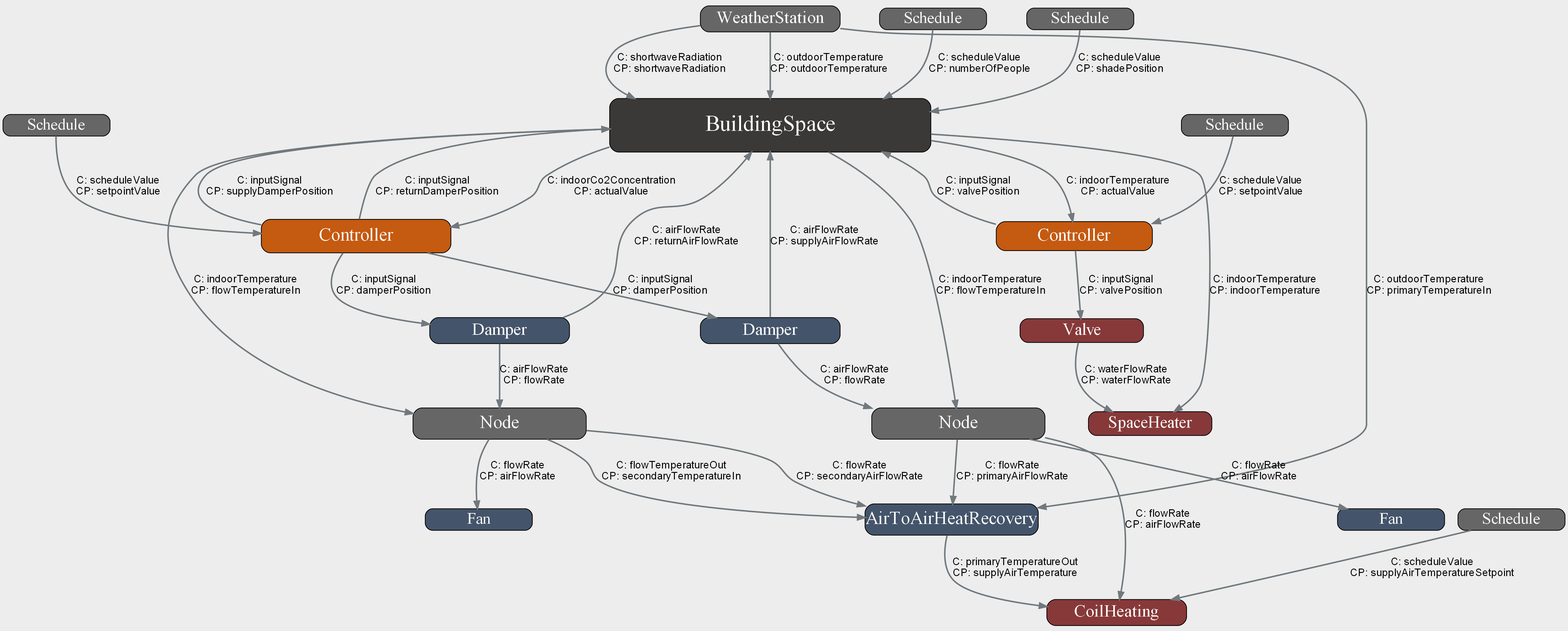
JBjoernskov/Twin4Build keeps this Graphviz diagram as system_graph.png. Above is the earlier version. Its source is kept beside it as system_graph.dot.
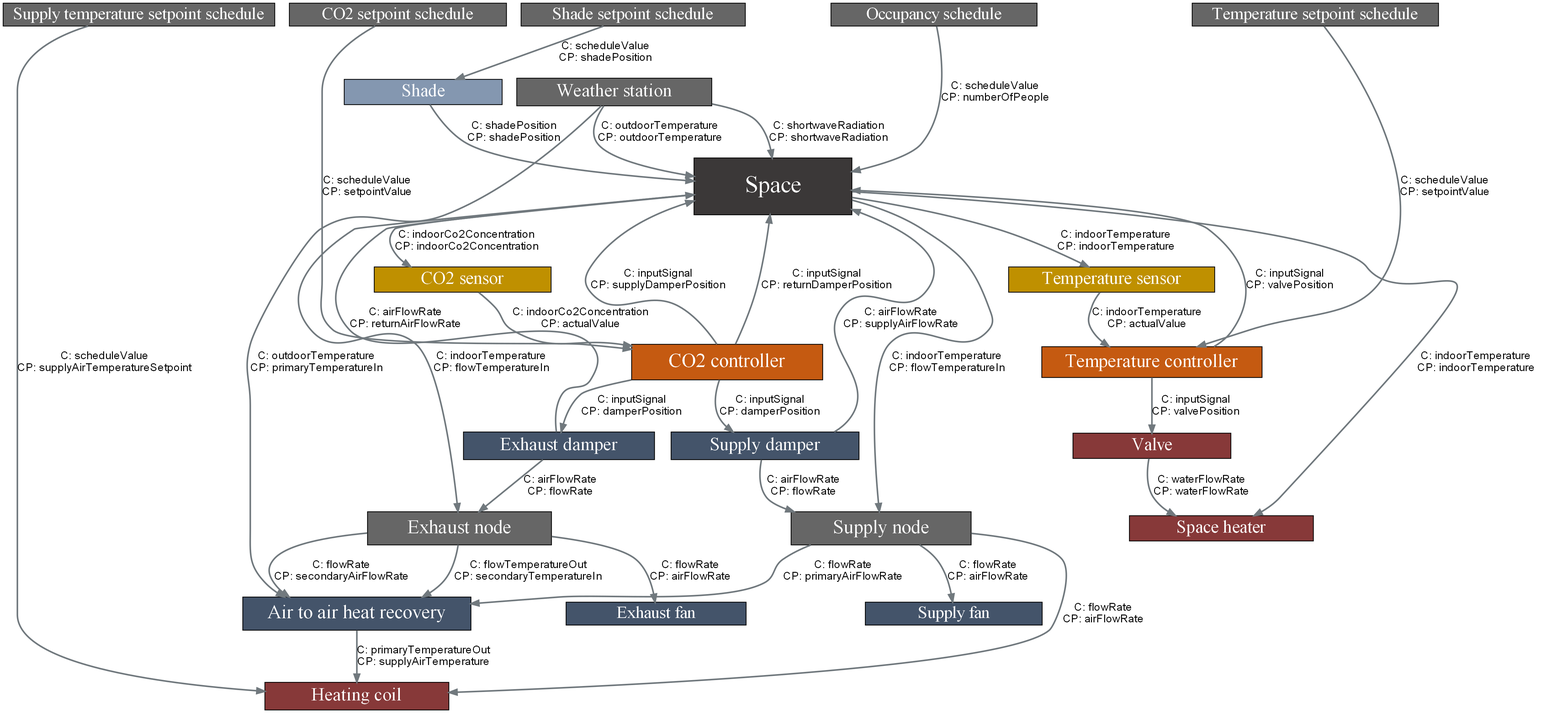
The same diagram one commit later.

Change to the diagram source:
```diff
@@ -1,88 +1,113 @@
 digraph G {
 subgraph  {
-weather_station [color=black, fillcolor="#666666", fontsize=23.23076923076923, height=0.49230769230769234, label=WeatherStation, width=2.615384615384615];
+rank=same;
+"Weather station" [color=black, fillcolor="#666666", fontsize=23.23076923076923, height=0.49230769230769234, label="Weather station", width=3.4292803970223327];
 }
 
 subgraph  {
-occupancy_schedule [color=black, fillcolor="#666666", fontsize=22.0, height=0.4000000000000001, label=Schedule, width=1.9999999999999993];
-shade_setpoint_schedule [color=black, fillcolor="#666666", fontsize=22.0, height=0.4000000000000001, label=Schedule, width=1.9999999999999993];
-supply_air_temperature_setpoint_schedule [color=black, fillcolor="#666666", fontsize=22.0, height=0.4000000000000001, label=Schedule, width=1.9999999999999993];
-indoor_temperature_setpoint_schedule [color=black, fillcolor="#666666", fontsize=22.0, height=0.4000000000000001, label=Schedule, width=1.9999999999999993];
-co2_setpoint_schedule [color=black, fillcolor="#666666", fontsize=22.0, height=0.4000000000000001, label=Schedule, width=1.9999999999999993];
+rank=same;
+"Occupancy schedule" [color=black, fillcolor="#666666", fontsize=22.0, height=0.4000000000000001, label="Occupancy schedule", width=3.6228287841191067];
+"Shade setpoint schedule" [color=black, fillcolor="#666666", fontsize=22.0, height=0.4000000000000001, label="Shade setpoint schedule", width=3.945409429280397];
+"Supply temperature setpoint schedule" [color=black, fillcolor="#666666", fontsize=22.0, height=0.4000000000000001, label="Supply temperature setpoint schedule", width=4.784119106699752];
+"Temperature setpoint schedule" [color=black, fillcolor="#666666", fontsize=22.0, height=0.4000000000000001, label="Temperature setpoint schedule", width=4.332506203473946];
+"CO2 setpoint schedule" [color=black, fillcolor="#666666", fontsize=22.0, height=0.4000000000000001, label="CO2 setpoint schedule", width=3.8163771712158807];
 }
 
 subgraph  {
-"Ø20-601b-2" [color=black, fillcolor="#3B3838", fontsize=30.0, height=1.0, label=BuildingSpace, width=6.0];
+rank=same;
+Space [color=black, fillcolor="#3B3838", fontsize=30.0, height=1.0, label=Space, width=2.784119106699752];
 }
 
 subgraph  {
-"C_temperature_Ø20-601b-2" [color=black, fillcolor="#C55A11", fontsize=23.846153846153847, height=0.5384615384615385, label=Controller, width=2.9230769230769225];
-"C_CO2_Ø20-601b-2" [color=black, fillcolor="#C55A11", fontsize=25.076923076923077, height=0.6307692307692307, label=Controller, width=3.538461538461538];
+rank=same;
+"Temperature controller" [color=black, fillcolor="#C55A11", fontsize=23.846153846153847, height=0.5384615384615385, label="Temperature controller", width=3.880893300248139];
+"CO2 controller" [color=black, fillcolor="#C55A11", fontsize=25.076923076923077, height=0.6307692307692307, label="CO2 controller", width=3.3647642679900747];
 }
 
 subgraph  {
-HR_Ventilation1 [color=black, fillcolor="#44546A", fontsize=24.46153846153846, height=0.5846153846153846, label=AirToAirHeatRecovery, width=3.23076923076923];
+"Air to air heat recovery" [color=black, fillcolor="#44546A", fontsize=24.46153846153846, height=0.5846153846153846, label="Air to air heat recovery", width=4.009925558312656];
 }
 
 subgraph  {
-HC_Ventilation1_Heating1 [color=black, fillcolor="#873939", fontsize=23.23076923076923, height=0.49230769230769234, label=CoilHeating, width=2.615384615384615];
+rank=same;
+"Heating coil" [color=black, fillcolor="#873939", fontsize=23.23076923076923, height=0.49230769230769234, label="Heating coil", width=3.2357320099255586];
 }
 
 subgraph  {
+rank=same;
 }
 
 subgraph  {
-"D_supply_Ø20-601b-2" [color=black, fillcolor="#44546A", fontsize=23.23076923076923, height=0.49230769230769234, label=Damper, width=2.615384615384615];
-"D_exhaust_Ø20-601b-2" [color=black, fillcolor="#44546A", fontsize=23.23076923076923, height=0.49230769230769234, label=Damper, width=2.615384615384615];
+rank=same;
+"Supply damper" [color=black, fillcolor="#44546A", fontsize=23.23076923076923, height=0.49230769230769234, label="Supply damper", width=3.3002481389578167];
+"Exhaust damper" [color=black, fillcolor="#44546A", fontsize=23.23076923076923, height=0.49230769230769234, label="Exhaust damper", width=3.3647642679900747];
 }
 
 subgraph  {
-"V_Ø20-601b-2" [color=black, fillcolor="#873939", fontsize=22.615384615384613, height=0.44615384615384623, label=Valve, width=2.307692307692307];
+rank=same;
+Valve [color=black, fillcolor="#873939", fontsize=22.615384615384613, height=0.44615384615384623, label=Valve, width=2.784119106699752];
 }
 
 subgraph  {
-F_supply_Ventilation1 [color=black, fillcolor="#44546A", fontsize=22.0, height=0.4000000000000001, label=Fan, width=1.9999999999999993];
-F_exhaust_Ventilation1 [color=black, fillcolor="#44546A", fontsize=22.0, height=0.4000000000000001, label=Fan, width=1.9999999999999993];
+rank=same;
+"Supply fan" [color=black, fillcolor="#44546A", fontsize=22.0, height=0.4000000000000001, label="Supply fan", width=3.106699751861042];
+"Exhaust fan" [color=black, fillcolor="#44546A", fontsize=22.0, height=0.4000000000000001, label="Exhaust fan", width=3.1712158808933006];
 }
 
 subgraph  {
-"SH_Ø20-601b-2" [color=black, fillcolor="#873939", fontsize=22.615384615384613, height=0.44615384615384623, label=SpaceHeater, width=2.307692307692307];
+rank=same;
+"Space heater" [color=black, fillcolor="#873939", fontsize=22.615384615384613, height=0.44615384615384623, label="Space heater", width=3.2357320099255586];
 }
 
 subgraph  {
-N_supply_Ventilation1 [color=black, fillcolor="#666666", fontsize=24.46153846153846, height=0.5846153846153846, label=Node, width=3.23076923076923];
-N_exhaust_Ventilation1 [color=black, fillcolor="#666666", fontsize=24.46153846153846, height=0.5846153846153846, label=Node, width=3.23076923076923];
+rank=same;
+"Supply node" [color=black, fillcolor="#666666", fontsize=24.46153846153846, height=0.5846153846153846, label="Supply node", width=3.1712158808933006];
+"Exhaust node" [color=black, fillcolor="#666666", fontsize=24.46153846153846, height=0.5846153846153846, label="Exhaust node", width=3.2357320099255586];
 }
 
-"Ø20-601b-2" -> "C_temperature_Ø20-601b-2"  [label="C: indoorTemperature          \nCP: actualValue          "];
-"C_temperature_Ø20-601b-2" -> "Ø20-601b-2"  [label="C: inputSignal          \nCP: valvePosition          "];
-"Ø20-601b-2" -> "C_CO2_Ø20-601b-2"  [label="C: indoorCo2Concentration          \nCP: actualValue          "];
-"C_CO2_Ø20-601b-2" -> "Ø20-601b-2"  [label="C: inputSignal          \nCP: supplyDamperPosition          "];
-"C_CO2_Ø20-601b-2" -> "Ø20-601b-2"  [label="C: inputSignal          \nCP: returnDamperPosition          "];
-"D_supply_Ø20-601b-2" -> "Ø20-601b-2"  [label="C: airFlowRate          \nCP: supplyAirFlowRate          "];
-"D_supply_Ø20-601b-2" -> N_supply_Ventilation1  [label="C: airFlowRate          \nCP: flowRate          "];
-"Ø20-601b-2" -> N_supply_Ventilation1  [label="C: indoorTemperature          \nCP: flowTemperatureIn          "];
-"D_exhaust_Ø20-601b-2" -> "Ø20-601b-2"  [label="C: airFlowRate          \nCP: returnAirFlowRate          "];
-"D_exhaust_Ø20-601b-2" -> N_exhaust_Ventilation1  [label="C: airFlowRate          \nCP: flowRate          "];
-"Ø20-601b-2" -> N_exhaust_Ventilation1  [label="C: indoorTemperature          \nCP: flowTemperatureIn          "];
-weather_station -> "Ø20-601b-2"  [label="C: shortwaveRadiation          \nCP: shortwaveRadiation          "];
-weather_station -> "Ø20-601b-2"  [label="C: outdoorTemperature          \nCP: outdoorTemperature          "];
-occupancy_schedule -> "Ø20-601b-2"  [label="C: scheduleValue          \nCP: numberOfPeople          "];
-shade_setpoint_schedule -> "Ø20-601b-2"  [label="C: scheduleValue          \nCP: shadePosition          "];
-"C_CO2_Ø20-601b-2" -> "D_supply_Ø20-601b-2"  [label="C: inputSignal          \nCP: damperPosition          "];
-"C_CO2_Ø20-601b-2" -> "D_exhaust_Ø20-601b-2"  [label="C: inputSignal          \nCP: damperPosition          "];
-"Ø20-601b-2" -> "SH_Ø20-601b-2"  [label="C: indoorTemperature          \nCP: indoorTemperature          "];
-"V_Ø20-601b-2" -> "SH_Ø20-601b-2"  [label="C: waterFlowRate          \nCP: waterFlowRate          "];
-"C_temperature_Ø20-601b-2" -> "V_Ø20-601b-2"  [label="C: inputSignal          \nCP: valvePosition          "];
-HR_Ventilation1 -> HC_Ventilation1_Heating1  [label="C: primaryTemperatureOut          \nCP: supplyAirTemperature          "];
-N_supply_Ventilation1 -> HC_Ventilation1_Heating1  [label="C: flowRate          \nCP: airFlowRate          "];
-supply_air_temperature_setpoint_schedule -> HC_Ventilation1_Heating1  [label="C: scheduleValue          \nCP: supplyAirTemperatureSetpoint          "];
-weather_station -> HR_Ventilation1  [label="C: outdoorTemperature          \nCP: primaryTemperatureIn          "];
-N_exhaust_Ventilation1 -> HR_Ventilation1  [label="C: flowTemperatureOut          \nCP: secondaryTemperatureIn          "];
-N_supply_Ventilation1 -> HR_Ventilation1  [label="C: flowRate          \nCP: primaryAirFlowRate          "];
-N_exhaust_Ventilation1 -> HR_Ventilation1  [label="C: flowRate          \nCP: secondaryAirFlowRate          "];
-N_supply_Ventilation1 -> F_supply_Ventilation1  [label="C: flowRate          \nCP: airFlowRate          "];
-N_exhaust_Ventilation1 -> F_exhaust_Ventilation1  [label="C: flowRate          \nCP: airFlowRate          "];
-indoor_temperature_setpoint_schedule -> "C_temperature_Ø20-601b-2"  [label="C: scheduleValue          \nCP: setpointValue          "];
-co2_setpoint_schedule -> "C_CO2_Ø20-601b-2"  [label="C: scheduleValue          \nCP: setpointValue          "];
+subgraph  {
+rank=same;
+Shade [color=black, fillcolor="#8497B0", fontsize=22.615384615384613, height=0.44615384615384623, label=Shade, width=2.784119106699752];
 }
+
+subgraph  {
+rank=same;
+"Temperature sensor" [color=black, fillcolor="#BF9000", fontsize=22.615384615384613, height=0.44615384615384623, label="Temperature sensor", width=3.6228287841191067];
+"CO2 sensor" [color=black, fillcolor="#BF9000", fontsize=22.615384615384613, height=0.44615384615384623, label="CO2 sensor", width=3.106699751861042];
+}
+
+Space -> "Temperature sensor"  [label="C: indoorTemperature          \nCP: indoorTemperature          "];
+"Temperature sensor" -> "Temperature controller"  [label="C: indoorTemperature          \nCP: actualValue          "];
+"Temperature controller" -> Space  [label="C: inputSignal          \nCP: valvePosition          "];
+Space -> "CO2 sensor"  [label="C: indoorCo2Concentration          \nCP: indoorCo2Concentration          "];
+"CO2 sensor" -> "CO2 controller"  [label="C: indoorCo2Concentration          \nCP: actualValue          "];
+"CO2 controller" -> Space  [label="C: inputSignal          \nCP: supplyDamperPosition          "];
+"CO2 controller" -> Space  [label="C: inputSignal          \nCP: returnDamperPosition          "];
+"Supply damper" -> Space  [label="C: airFlowRate          \nCP: supplyAirFlowRate          "];
+"Supply damper" -> "Supply node"  [label="C: airFlowRate          \nCP: flowRate          "];
+Space -> "Supply node"  [label="C: indoorTemperature          \nCP: flowTemperatureIn          "];
+"Exhaust damper" -> Space  [label="C: airFlowRate          \nCP: returnAirFlowRate          "];
+"Exhaust damper" -> "Exhaust node"  [label="C: airFlowRate          \nCP: flowRate          "];
+Space -> "Exhaust node"  [label="C: indoorTemperature          \nCP: flowTemperatureIn          "];
+"Weather station" -> Space  [label="C: shortwaveRadiation          \nCP: shortwaveRadiation          "];
+"Weather station" -> Space  [label="C: outdoorTemperature          \nCP: outdoorTemperature          "];
+"Occupancy schedule" -> Space  [label="C: scheduleValue          \nCP: numberOfPeople          "];
+"Shade setpoint schedule" -> Shade  [label="C: scheduleValue          \nCP: shadePosition          "];
+Shade -> Space  [label="C: shadePosition          \nCP: shadePosition          "];
+"CO2 controller" -> "Supply damper"  [label="C: inputSignal          \nCP: damperPosition          "];
+"CO2 controller" -> "Exhaust damper"  [label="C: inputSignal          \nCP: damperPosition          "];
+Space -> "Space heater"  [label="C: indoorTemperature          \nCP: indoorTemperature          "];
+Valve -> "Space heater"  [label="C: waterFlowRate          \nCP: waterFlowRate          "];
+"Temperature controller" -> Valve  [label="C: inputSignal          \nCP: valvePosition          "];
+"Air to air heat recovery" -> "Heating coil"  [label="C: primaryTemperatureOut          \nCP: supplyAirTemperature          "];
+"Supply node" -> "Heating coil"  [label="C: flowRate          \nCP: airFlowRate          "];
+"Supply temperature setpoint schedule" -> "Heating coil"  [label="C: scheduleValue          \nCP: supplyAirTemperatureSetpoint          "];
+"Weather station" -> "Air to air heat recovery"  [label="C: outdoorTemperature          \nCP: primaryTemperatureIn          "];
+"Exhaust node" -> "Air to air heat recovery"  [label="C: flowTemperatureOut          \nCP: secondaryTemperatureIn          "];
+"Supply node" -> "Air to air heat recovery"  [label="C: flowRate          \nCP: primaryAirFlowRate          "];
+"Exhaust node" -> "Air to air heat recovery"  [label="C: flowRate          \nCP: secondaryAirFlowRate          "];
+"Supply node" -> "Supply fan"  [label="C: flowRate          \nCP: airFlowRate          "];
+"Exhaust node" -> "Exhaust fan"  [label="C: flowRate          \nCP: airFlowRate          "];
+"Temperature setpoint schedule" -> "Temperature controller"  [label="C: scheduleValue          \nCP: setpointValue          "];
+"CO2 setpoint schedule" -> "CO2 controller"  [label="C: scheduleValue          \nCP: setpointValue          "];
+}
```
